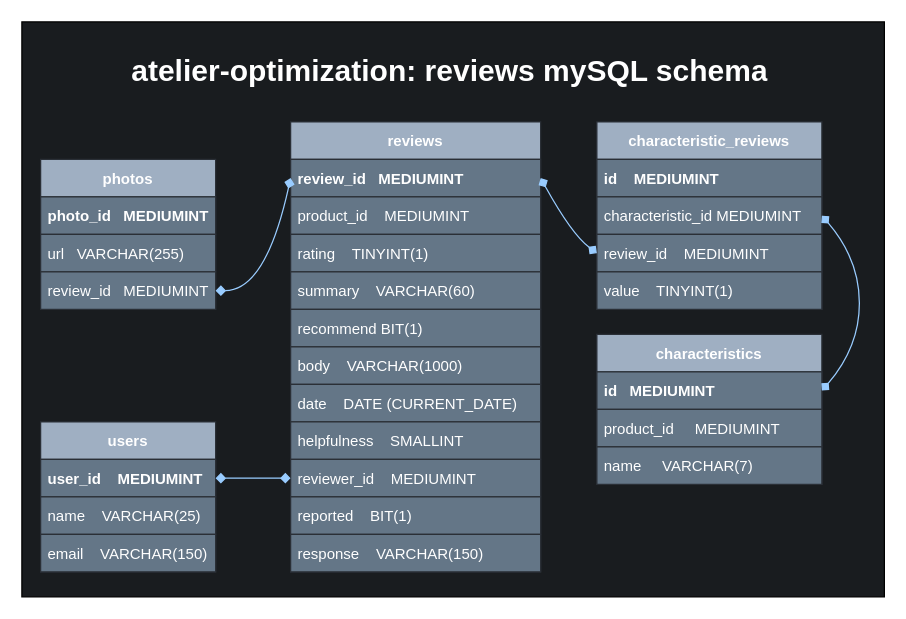
Poplin-Devs/reviews-service keeps this draw.io diagram as data_models/sql-modelv4.drawio. Above is the earlier version. Source tidied: cells renumbered, new cells numbered last; positions are measured from the earlier drawing's top-left corner, leaving out a move shared by most shapes. Both pictures are drawn from the tidied source at 125%, with x=0, y=0 at pixel (21, 21).
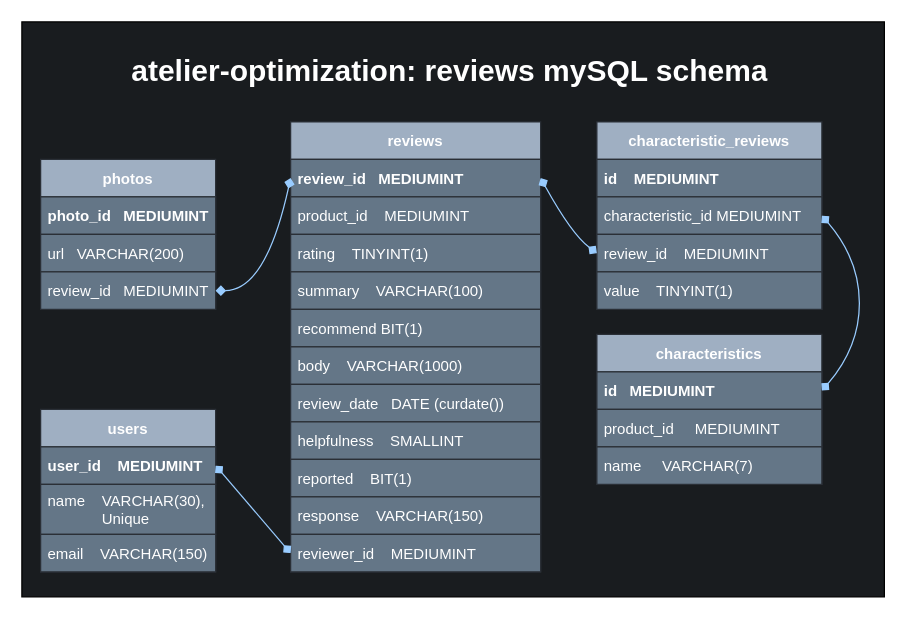
Above is the later version.

The change refers to these unchanged cells:
```xml
<mxCell id="3" value="photos" style="swimlane;fontStyle=1;horizontal=1;startSize=30;fillColor=#9FAFC2;strokeColor=#2A2F36;fontColor=#ffffff;" parent="1" vertex="1">
  <mxGeometry x="15" y="110" width="140" height="120" as="geometry" />
</mxCell>
<mxCell id="7" value="reviews" style="swimlane;fontStyle=1;horizontal=1;startSize=30;fillColor=#9FAFC2;strokeColor=#2A2F36;fontColor=#ffffff;" parent="1" vertex="1">
  <mxGeometry x="215" y="80" width="200" height="360" as="geometry" />
</mxCell>
```

What changed in the source:
```diff
@@
-    <mxCell id="5" value="url   VARCHAR(255)" style="text;align=left;verticalAlign=middle;spacingLeft=4;spacingRight=4;overflow=hidden;fillColor=#647687;strokeColor=#2A2F36;fontColor=#ffffff;" parent="3" vertex="1">
+    <mxCell id="5" value="url   VARCHAR(200)" style="text;align=left;verticalAlign=middle;spacingLeft=4;spacingRight=4;overflow=hidden;fillColor=#647687;strokeColor=#2A2F36;fontColor=#ffffff;" parent="3" vertex="1">
       <mxGeometry y="60" width="140" height="30" as="geometry" />
     </mxCell>
@@
-    <mxCell id="11" value="summary    VARCHAR(60)" style="text;align=left;verticalAlign=middle;spacingLeft=4;spacingRight=4;overflow=hidden;fillColor=#647687;strokeColor=#2A2F36;fontColor=#ffffff;" parent="7" vertex="1">
+    <mxCell id="11" value="summary    VARCHAR(100)" style="text;align=left;verticalAlign=middle;spacingLeft=4;spacingRight=4;overflow=hidden;fillColor=#647687;strokeColor=#2A2F36;fontColor=#ffffff;" parent="7" vertex="1">
       <mxGeometry y="120" width="200" height="30" as="geometry" />
     </mxCell>
@@
-    <mxCell id="14" value="date    DATE (CURRENT_DATE)" style="text;align=left;verticalAlign=middle;spacingLeft=4;spacingRight=4;overflow=hidden;fillColor=#647687;strokeColor=#2A2F36;fontColor=#ffffff;" parent="7" vertex="1">
+    <mxCell id="14" value="review_date   DATE (curdate())" style="text;align=left;verticalAlign=middle;spacingLeft=4;spacingRight=4;overflow=hidden;fillColor=#647687;strokeColor=#2A2F36;fontColor=#ffffff;" parent="7" vertex="1">
       <mxGeometry y="210" width="200" height="30" as="geometry" />
     </mxCell>
@@
-    <mxCell id="16" value="reviewer_id    MEDIUMINT" style="text;align=left;verticalAlign=middle;spacingLeft=4;spacingRight=4;overflow=hidden;points=[[0,0.5],[1,0.5]];portConstraint=eastwest;fillColor=#647687;strokeColor=#2A2F36;fontColor=#ffffff;" parent="7" vertex="1">
-      <mxGeometry y="270" width="200" height="30" as="geometry" />
-    </mxCell>
     <mxCell id="17" value="reported    BIT(1)" style="text;align=left;verticalAlign=middle;spacingLeft=4;spacingRight=4;overflow=hidden;fillColor=#647687;strokeColor=#2A2F36;fontColor=#ffffff;" parent="7" vertex="1">
-      <mxGeometry y="300" width="200" height="30" as="geometry" />
+      <mxGeometry y="270" width="200" height="30" as="geometry" />
     </mxCell>
     <mxCell id="18" value="response    VARCHAR(150)" style="text;align=left;verticalAlign=middle;spacingLeft=4;spacingRight=4;overflow=hidden;fillColor=#647687;strokeColor=#2A2F36;fontColor=#ffffff;" parent="7" vertex="1">
-      <mxGeometry y="330" width="200" height="30" as="geometry" />
+      <mxGeometry y="300" width="200" height="30" as="geometry" />
     </mxCell>
+    <mxCell id="16" value="reviewer_id    MEDIUMINT" style="text;align=left;verticalAlign=middle;spacingLeft=4;spacingRight=4;overflow=hidden;points=[[0,0.5],[1,0.5]];portConstraint=eastwest;fillColor=#647687;strokeColor=#2A2F36;fontColor=#ffffff;" parent="7" vertex="1">
+      <mxGeometry y="330" width="200" height="30" as="geometry" />
+    </mxCell>
     <mxCell id="19" value="users" style="swimlane;fontStyle=1;horizontal=1;startSize=30;fillColor=#9FAFC2;strokeColor=#2A2F36;fontColor=#ffffff;" parent="1" vertex="1">
-      <mxGeometry x="15" y="320" width="140" height="120" as="geometry" />
+      <mxGeometry x="15" y="310" width="140" height="130" as="geometry" />
     </mxCell>
@@
-    <mxCell id="21" value="name    VARCHAR(25)" style="text;align=left;verticalAlign=middle;spacingLeft=4;spacingRight=4;overflow=hidden;fillColor=#647687;strokeColor=#2A2F36;fontColor=#ffffff;" parent="19" vertex="1">
-      <mxGeometry y="60" width="140" height="30" as="geometry" />
+    <mxCell id="21" value="name    VARCHAR(30), &#10;             Unique" style="text;align=left;verticalAlign=middle;spacingLeft=4;spacingRight=4;overflow=hidden;fillColor=#647687;strokeColor=#2A2F36;fontColor=#ffffff;" parent="19" vertex="1">
+      <mxGeometry y="60" width="140" height="40" as="geometry" />
     </mxCell>
     <mxCell id="22" value="email    VARCHAR(150)" style="text;align=left;verticalAlign=middle;spacingLeft=4;spacingRight=4;overflow=hidden;fillColor=#647687;strokeColor=#2A2F36;fontColor=#ffffff;" parent="19" vertex="1">
-      <mxGeometry y="90" width="140" height="30" as="geometry" />
+      <mxGeometry y="100" width="140" height="30" as="geometry" />
     </mxCell>
```
